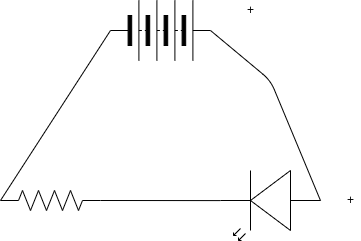
Nina-S-Mathew/TEJ3M-Unit2-03-Arduino keeps this draw.io diagram as schematic_diagram.png. Above is the earlier version. Source tidied: cells renumbered, new cells last; positions are measured from the earlier drawing's top-left corner, leaving out a move shared by most shapes. Source of this version:
```xml
<mxGraphModel>
  <root>
    <mxCell id="0" />
    <mxCell id="1" parent="0" />
    <mxCell id="2" style="verticalLabelPosition=bottom;shadow=0;dashed=0;align=center;html=1;verticalAlign=top;shape=mxgraph.electrical.resistors.resistor_2;" parent="1" vertex="1">
      <mxGeometry y="190" width="100" height="20" as="geometry" />
    </mxCell>
    <mxCell id="3" style="verticalLabelPosition=bottom;shadow=0;dashed=0;align=center;html=1;verticalAlign=top;shape=mxgraph.electrical.miscellaneous.batteryStack;" parent="1" vertex="1">
      <mxGeometry x="110" width="100" height="60" as="geometry" />
    </mxCell>
    <mxCell id="4" style="verticalLabelPosition=bottom;shadow=0;dashed=0;align=center;html=1;verticalAlign=top;shape=mxgraph.electrical.opto_electronics.led_2;direction=west;" parent="1" vertex="1">
      <mxGeometry x="220" y="170" width="100" height="70" as="geometry" />
    </mxCell>
    <mxCell id="5" style="endArrow=none;html=1;exitX=0;exitY=0.5;exitDx=0;exitDy=0;exitPerimeter=0;entryX=0;entryY=0.5;entryDx=0;entryDy=0;" parent="1" edge="1" source="2" target="3">
      <mxGeometry relative="1" as="geometry" />
    </mxCell>
    <mxCell id="6" style="endArrow=none;html=1;entryX=1;entryY=0.5;entryDx=0;entryDy=0;exitX=0;exitY=0.57;exitDx=0;exitDy=0;exitPerimeter=0;" parent="1" edge="1" source="4" target="3">
      <mxGeometry relative="1" as="geometry">
        <Array as="points">
          <mxPoint x="270" y="80" />
        </Array>
      </mxGeometry>
    </mxCell>
    <mxCell id="7" style="endArrow=none;html=1;exitX=1;exitY=0.5;exitDx=0;exitDy=0;exitPerimeter=0;entryX=1;entryY=0.57;entryDx=0;entryDy=0;entryPerimeter=0;" parent="1" edge="1" source="2" target="4">
      <mxGeometry relative="1" as="geometry" />
    </mxCell>
    <mxCell id="8" value="+" style="text;html=1;align=center;verticalAlign=middle;strokeColor=none;fillColor=none;" parent="1" vertex="1">
      <mxGeometry x="240" width="20" height="20" as="geometry" />
    </mxCell>
    <mxCell id="9" value="+" style="text;html=1;align=center;verticalAlign=middle;strokeColor=none;fillColor=none;" parent="1" vertex="1">
      <mxGeometry x="340" y="190" width="20" height="20" as="geometry" />
    </mxCell>
  </root>
</mxGraphModel>
```
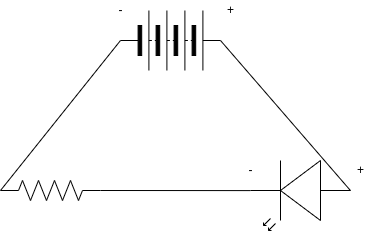
After the change.

Diff of the diagram source:
```diff
@@ -3,32 +3,34 @@
     <mxCell id="0" />
     <mxCell id="1" parent="0" />
     <mxCell id="2" style="verticalLabelPosition=bottom;shadow=0;dashed=0;align=center;html=1;verticalAlign=top;shape=mxgraph.electrical.resistors.resistor_2;" parent="1" vertex="1">
-      <mxGeometry y="190" width="100" height="20" as="geometry" />
+      <mxGeometry x="-50" y="240" width="100" height="20" as="geometry" />
     </mxCell>
-    <mxCell id="3" style="verticalLabelPosition=bottom;shadow=0;dashed=0;align=center;html=1;verticalAlign=top;shape=mxgraph.electrical.miscellaneous.batteryStack;" parent="1" vertex="1">
-      <mxGeometry x="110" width="100" height="60" as="geometry" />
+    <mxCell id="3" style="verticalLabelPosition=bottom;shadow=0;dashed=0;align=center;html=1;verticalAlign=top;shape=mxgraph.electrical.opto_electronics.led_2;direction=west;" parent="1" vertex="1">
+      <mxGeometry x="200" y="220" width="100" height="70" as="geometry" />
     </mxCell>
-    <mxCell id="4" style="verticalLabelPosition=bottom;shadow=0;dashed=0;align=center;html=1;verticalAlign=top;shape=mxgraph.electrical.opto_electronics.led_2;direction=west;" parent="1" vertex="1">
-      <mxGeometry x="220" y="170" width="100" height="70" as="geometry" />
+    <mxCell id="4" style="endArrow=none;html=1;exitX=1;exitY=0.5;exitDx=0;exitDy=0;exitPerimeter=0;entryX=1;entryY=0.57;entryDx=0;entryDy=0;entryPerimeter=0;" parent="1" edge="1" source="2" target="3">
+      <mxGeometry relative="1" as="geometry" />
     </mxCell>
+    <mxCell id="10" style="verticalLabelPosition=bottom;shadow=0;dashed=0;align=center;html=1;verticalAlign=top;shape=mxgraph.electrical.miscellaneous.batteryStack;" parent="1" vertex="1">
+      <mxGeometry x="70" y="70" width="100" height="60" as="geometry" />
+    </mxCell>
+    <mxCell id="11" style="endArrow=none;html=1;exitX=0;exitY=0.5;exitDx=0;exitDy=0;exitPerimeter=0;entryX=0;entryY=0.5;entryDx=0;entryDy=0;" parent="1" edge="1" source="2" target="10">
+      <mxGeometry relative="1" as="geometry" />
+    </mxCell>
-    <mxCell id="5" style="endArrow=none;html=1;exitX=0;exitY=0.5;exitDx=0;exitDy=0;exitPerimeter=0;entryX=0;entryY=0.5;entryDx=0;entryDy=0;" parent="1" edge="1" source="2" target="3">
+    <mxCell id="5" style="endArrow=none;html=1;entryX=1;entryY=0.5;entryDx=0;entryDy=0;exitX=0;exitY=0.57;exitDx=0;exitDy=0;exitPerimeter=0;" parent="1" edge="1" source="3" target="10">
       <mxGeometry relative="1" as="geometry" />
     </mxCell>
-    <mxCell id="6" style="endArrow=none;html=1;entryX=1;entryY=0.5;entryDx=0;entryDy=0;exitX=0;exitY=0.57;exitDx=0;exitDy=0;exitPerimeter=0;" parent="1" edge="1" source="4" target="3">
-      <mxGeometry relative="1" as="geometry">
-        <Array as="points">
-          <mxPoint x="270" y="80" />
-        </Array>
-      </mxGeometry>
+    <mxCell id="6" value="+" style="text;html=1;align=center;verticalAlign=middle;strokeColor=none;fillColor=none;" parent="1" vertex="1">
+      <mxGeometry x="170" y="60" width="20" height="20" as="geometry" />
     </mxCell>
-    <mxCell id="7" style="endArrow=none;html=1;exitX=1;exitY=0.5;exitDx=0;exitDy=0;exitPerimeter=0;entryX=1;entryY=0.57;entryDx=0;entryDy=0;entryPerimeter=0;" parent="1" edge="1" source="2" target="4">
-      <mxGeometry relative="1" as="geometry" />
+    <mxCell id="7" value="-" style="text;html=1;align=center;verticalAlign=middle;strokeColor=none;fillColor=none;" parent="1" vertex="1">
+      <mxGeometry x="60" y="60" width="20" height="20" as="geometry" />
     </mxCell>
     <mxCell id="8" value="+" style="text;html=1;align=center;verticalAlign=middle;strokeColor=none;fillColor=none;" parent="1" vertex="1">
-      <mxGeometry x="240" width="20" height="20" as="geometry" />
+      <mxGeometry x="300" y="220" width="20" height="20" as="geometry" />
     </mxCell>
-    <mxCell id="9" value="+" style="text;html=1;align=center;verticalAlign=middle;strokeColor=none;fillColor=none;" parent="1" vertex="1">
-      <mxGeometry x="340" y="190" width="20" height="20" as="geometry" />
+    <mxCell id="9" value="-" style="text;html=1;align=center;verticalAlign=middle;strokeColor=none;fillColor=none;" parent="1" vertex="1">
+      <mxGeometry x="190" y="220" width="20" height="20" as="geometry" />
     </mxCell>
   </root>
 </mxGraphModel>
```
